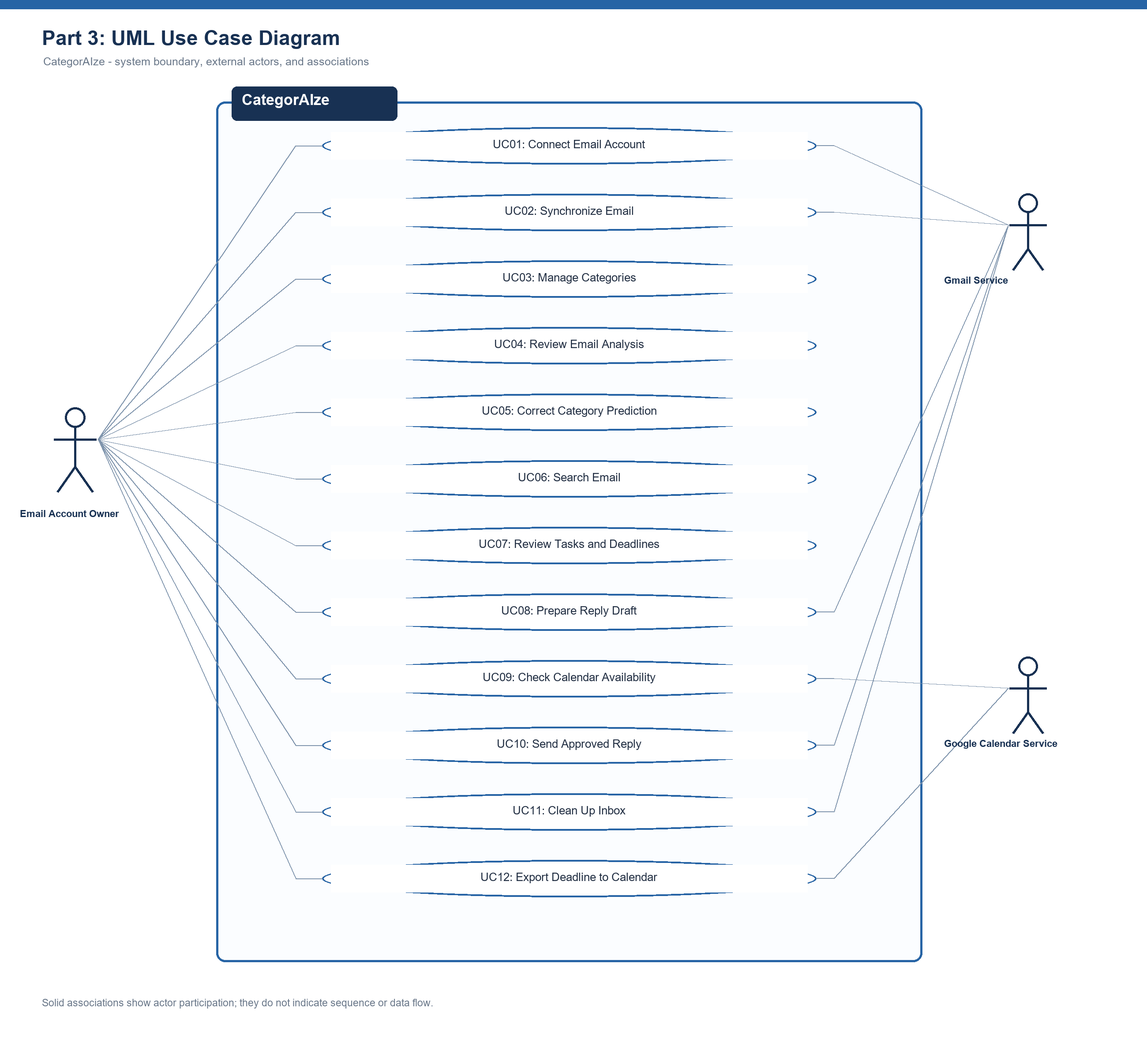
Earlier version of the PlantUML export docs/laboratory-activity-6/use-case-diagram.png (p0werpuff1xd/categoraize). Its source is kept beside it as docs/laboratory-activity-6/use-case-diagram.puml. The source it was exported from:
```plantuml
@startuml
left to right direction
skinparam packageStyle rectangle
skinparam shadowing false
actor "Email Account Owner" as Owner
actor "Gmail Service" as Gmail
actor "Google Calendar Service" as Calendar
rectangle "CategorAIze" {
  usecase "UC01: Connect Email Account" as UC01
  usecase "UC02: Synchronize Email" as UC02
  usecase "UC03: Manage Categories" as UC03
  usecase "UC04: Review Email Analysis" as UC04
  usecase "UC05: Correct Category Prediction" as UC05
  usecase "UC06: Search Email" as UC06
  usecase "UC07: Review Tasks and Deadlines" as UC07
  usecase "UC08: Prepare Reply Draft" as UC08
  usecase "UC09: Check Calendar Availability" as UC09
  usecase "UC10: Send Approved Reply" as UC10
  usecase "UC11: Clean Up Inbox" as UC11
  usecase "UC12: Export Deadline to Calendar" as UC12
}
Owner -- UC01
Owner -- UC02
Owner -- UC03
Owner -- UC04
Owner -- UC05
Owner -- UC06
Owner -- UC07
Owner -- UC08
Owner -- UC09
Owner -- UC10
Owner -- UC11
Owner -- UC12
UC01 -- Gmail
UC02 -- Gmail
UC08 -- Gmail
UC10 -- Gmail
UC11 -- Gmail
UC09 -- Calendar
UC12 -- Calendar
@enduml
```
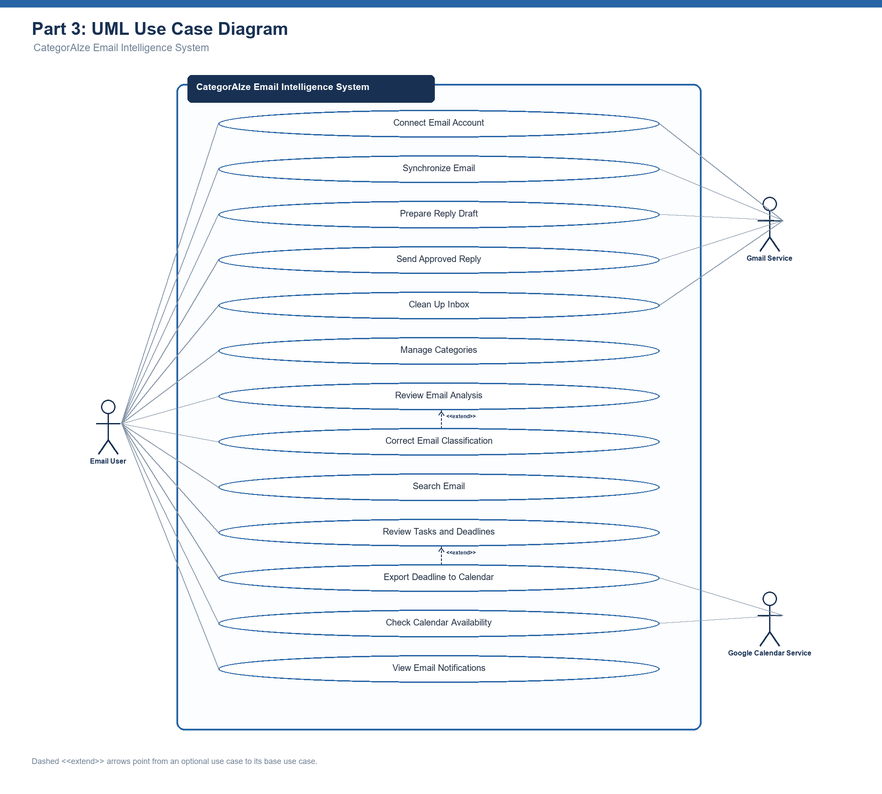
After the commit.

Commit message:
docs: add laboratory activity 6 documentation and use case diagram

What changed in the source:
```diff
@@ -2,40 +2,85 @@
 left to right direction
 skinparam packageStyle rectangle
 skinparam shadowing false
-actor "Email Account Owner" as Owner
+skinparam linetype polyline
+skinparam nodesep 12
+skinparam ranksep 45
+skinparam defaultFontName Arial
+skinparam defaultFontSize 13
+skinparam ArrowColor #64748B
+skinparam ArrowThickness 1
+skinparam usecase {
+  BackgroundColor #FFFFFF
+  BorderColor #2563A6
+  FontColor #183153
+}
+skinparam rectangle {
+  BackgroundColor White
+  BorderColor #2563A6
+  FontColor #183153
+}
+
+!procedure $wideCase($alias, $label)
+  usecase "<font:Arial>                                              $label                                              </font>" as $alias
+!endprocedure
+
+actor "Email User" as User
+
+rectangle "CategorAIze Email Intelligence System" {
+  $wideCase("U1", "Connect Email Account")
+  $wideCase("U2", "Synchronize Email")
+  $wideCase("U8", "Prepare Reply Draft")
+  $wideCase("U10", "Send Approved Reply")
+  $wideCase("U11", "Clean Up Inbox")
+  $wideCase("U3", "Manage Categories")
+  $wideCase("U4", "Review Email Analysis")
+  $wideCase("U5", "Correct Email Classification")
+  $wideCase("U6", "Search Email")
+  $wideCase("U7", "Review Tasks and Deadlines")
+  $wideCase("U12", "Export Deadline to Calendar")
+  $wideCase("U9", "Check Calendar Availability")
+  $wideCase("U13", "View Email Notifications")
+
+  U1 -[hidden]right- U2
+  U2 -[hidden]left- U8
+  U8 -[hidden]left- U10
+  U10 -[hidden]left- U11
+  U11 -[hidden]left- U3
+  U3 -[hidden]left- U4
+  U4 -[hidden]left- U5
+  U5 -[hidden]left- U6
+  U6 -[hidden]left- U7
+  U7 -[hidden]left- U12
+  U12 -[hidden]left- U9
+  U9 -[hidden]left- U13
+}
+
 actor "Gmail Service" as Gmail
 actor "Google Calendar Service" as Calendar
-rectangle "CategorAIze" {
-  usecase "UC01: Connect Email Account" as UC01
-  usecase "UC02: Synchronize Email" as UC02
-  usecase "UC03: Manage Categories" as UC03
-  usecase "UC04: Review Email Analysis" as UC04
-  usecase "UC05: Correct Category Prediction" as UC05
-  usecase "UC06: Search Email" as UC06
-  usecase "UC07: Review Tasks and Deadlines" as UC07
-  usecase "UC08: Prepare Reply Draft" as UC08
-  usecase "UC09: Check Calendar Availability" as UC09
-  usecase "UC10: Send Approved Reply" as UC10
-  usecase "UC11: Clean Up Inbox" as UC11
-  usecase "UC12: Export Deadline to Calendar" as UC12
-}
-Owner -- UC01
-Owner -- UC02
-Owner -- UC03
-Owner -- UC04
-Owner -- UC05
-Owner -- UC06
-Owner -- UC07
-Owner -- UC08
-Owner -- UC09
-Owner -- UC10
-Owner -- UC11
-Owner -- UC12
-UC01 -- Gmail
-UC02 -- Gmail
-UC08 -- Gmail
-UC10 -- Gmail
-UC11 -- Gmail
-UC09 -- Calendar
-UC12 -- Calendar
+
+User -- U1
+User -- U2
+User -- U3
+User -- U4
+User -- U5
+User -- U6
+User -- U7
+User -- U8
+User -- U9
+User -- U10
+User -- U11
+User -- U12
+User -- U13
+
+U1 -- Gmail
+U2 -- Gmail
+U8 -- Gmail
+U10 -- Gmail
+U11 -- Gmail
+U9 -- Calendar
+U12 -- Calendar
+Gmail -[hidden]right- Calendar
+
+U5 .right.> U4 : <<extend>>
+U12 .right.> U7 : <<extend>>
 @enduml
```
